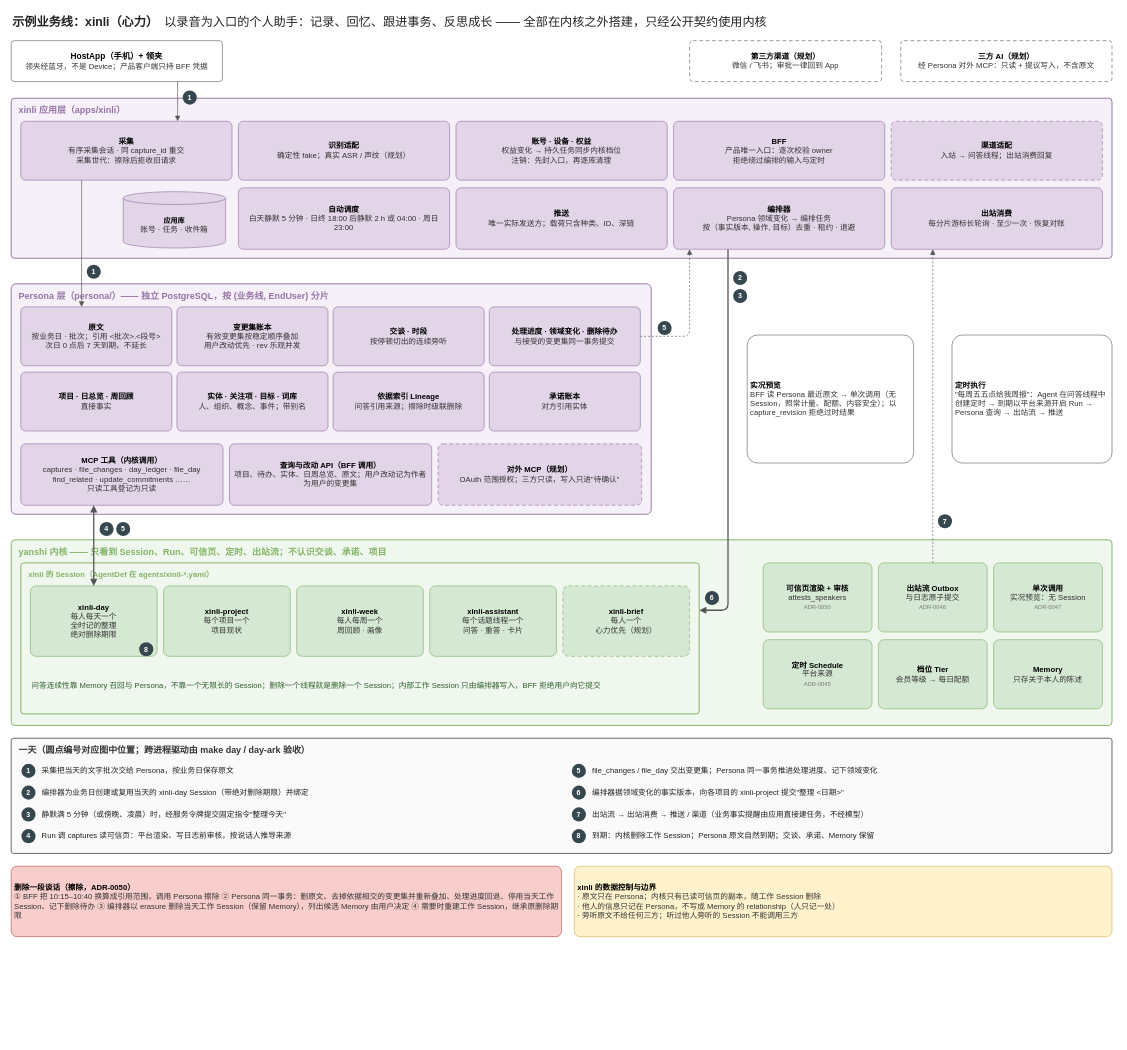
Above: page "12 示例业务线：xinli" (13 of 15) of docs/architecture/yanshi-architecture.drawio in ruipengliu/yanshi (draw.io), before the change. Source tidied: cells renumbered, new cells numbered last; positions are measured from the earlier drawing's top-left corner, leaving out a move shared by most shapes. Both pictures are drawn from the tidied source at 64%, with x=0, y=0 at pixel (11, 11).
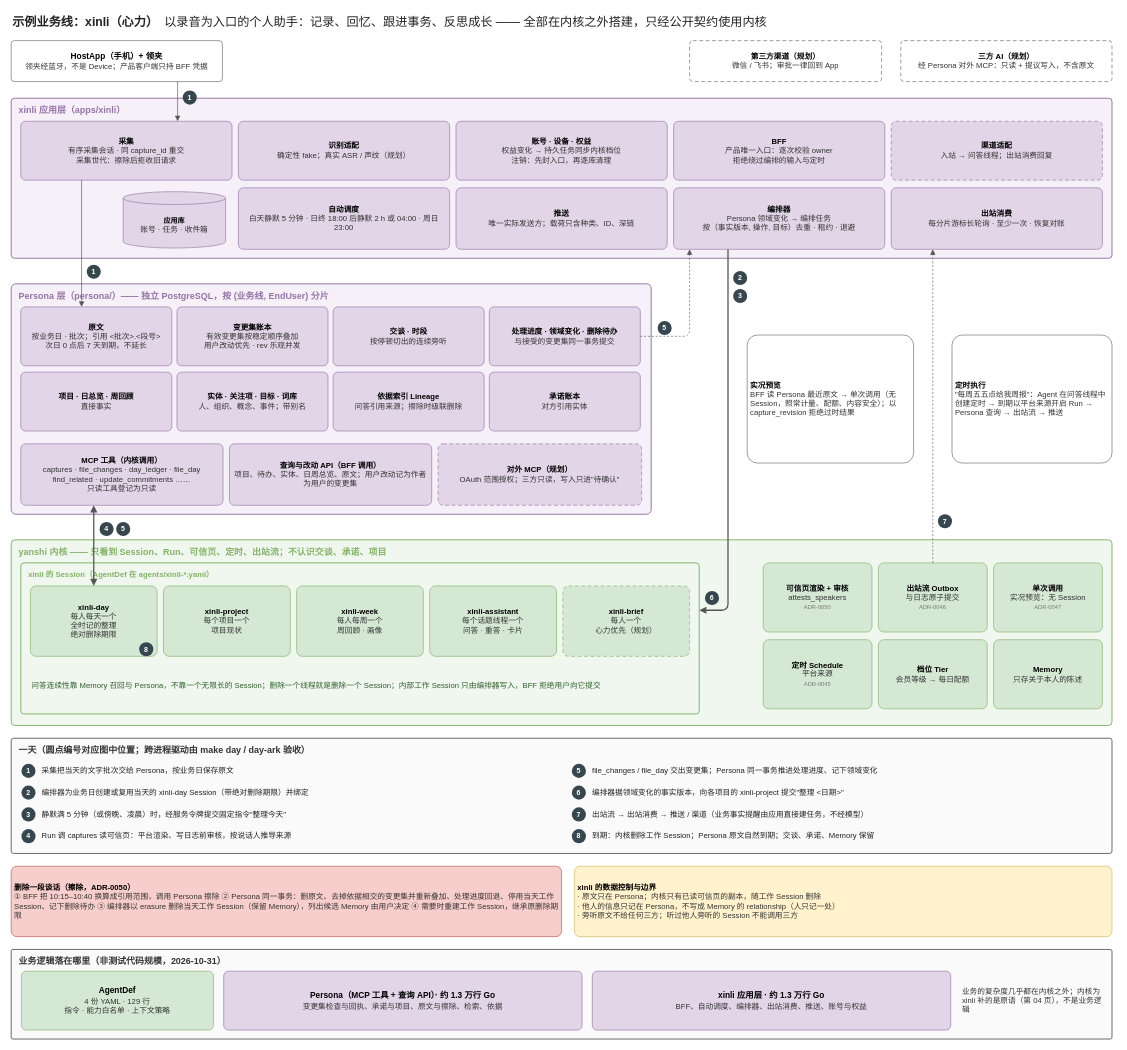
The same page after the edit.

Diff of the diagram source:
```diff
@@
+    <mxCell id="80" value="业务逻辑落在哪里（非测试代码规模，2026-10-31）" style="rounded=1;arcSize=2;whiteSpace=wrap;html=1;fillColor=#fafafa;strokeColor=#666666;verticalAlign=top;align=left;spacingLeft=10;spacingTop=4;fontStyle=1;fontSize=14;fontColor=#333333;strokeWidth=1.5;" parent="1" vertex="1">
+      <mxGeometry y="1466" width="1720" height="140" as="geometry" />
+    </mxCell>
+    <mxCell id="81" value="&lt;b&gt;AgentDef&lt;/b&gt;&lt;br&gt;&lt;span style=&quot;font-size:12px;color:#333333&quot;&gt;4 份 YAML · 129 行&lt;br&gt;指令 · 能力白名单 · 上下文策略&lt;/span&gt;" style="rounded=1;arcSize=8;whiteSpace=wrap;html=1;fillColor=#d5e8d4;strokeColor=#82b366;fontSize=13;align=center;verticalAlign=middle;spacing=5;" parent="1" vertex="1">
+      <mxGeometry x="16" y="1500" width="300" height="92" as="geometry" />
+    </mxCell>
+    <mxCell id="82" value="&lt;b&gt;Persona（MCP 工具 + 查询 API）· 约 1.3 万行 Go&lt;/b&gt;&lt;br&gt;&lt;span style=&quot;font-size:12px;color:#333333&quot;&gt;变更集检查与回执、承诺与项目、原文与擦除、检索、依据&lt;/span&gt;" style="rounded=1;arcSize=8;whiteSpace=wrap;html=1;fillColor=#e1d5e7;strokeColor=#9673a6;fontSize=13;align=center;verticalAlign=middle;spacing=5;" parent="1" vertex="1">
+      <mxGeometry x="332" y="1500" width="560" height="92" as="geometry" />
+    </mxCell>
+    <mxCell id="83" value="&lt;b&gt;xinli 应用层 · 约 1.3 万行 Go&lt;/b&gt;&lt;br&gt;&lt;span style=&quot;font-size:12px;color:#333333&quot;&gt;BFF、自动调度、编排器、出站消费、推送、账号与权益&lt;/span&gt;" style="rounded=1;arcSize=8;whiteSpace=wrap;html=1;fillColor=#e1d5e7;strokeColor=#9673a6;fontSize=13;align=center;verticalAlign=middle;spacing=5;" parent="1" vertex="1">
+      <mxGeometry x="908" y="1500" width="560" height="92" as="geometry" />
+    </mxCell>
+    <mxCell id="84" value="&lt;span style=&quot;font-size:12px;color:#333333&quot;&gt;业务的复杂度几乎都在内核之外；内核为 xinli 补的是原语（第 04 页），不是业务逻辑&lt;/span&gt;" style="text;html=1;whiteSpace=wrap;fontSize=12;align=left;verticalAlign=middle;fontColor=#222222;spacing=2;" parent="1" vertex="1">
+      <mxGeometry x="1484" y="1500" width="230" height="92" as="geometry" />
+    </mxCell>
```
